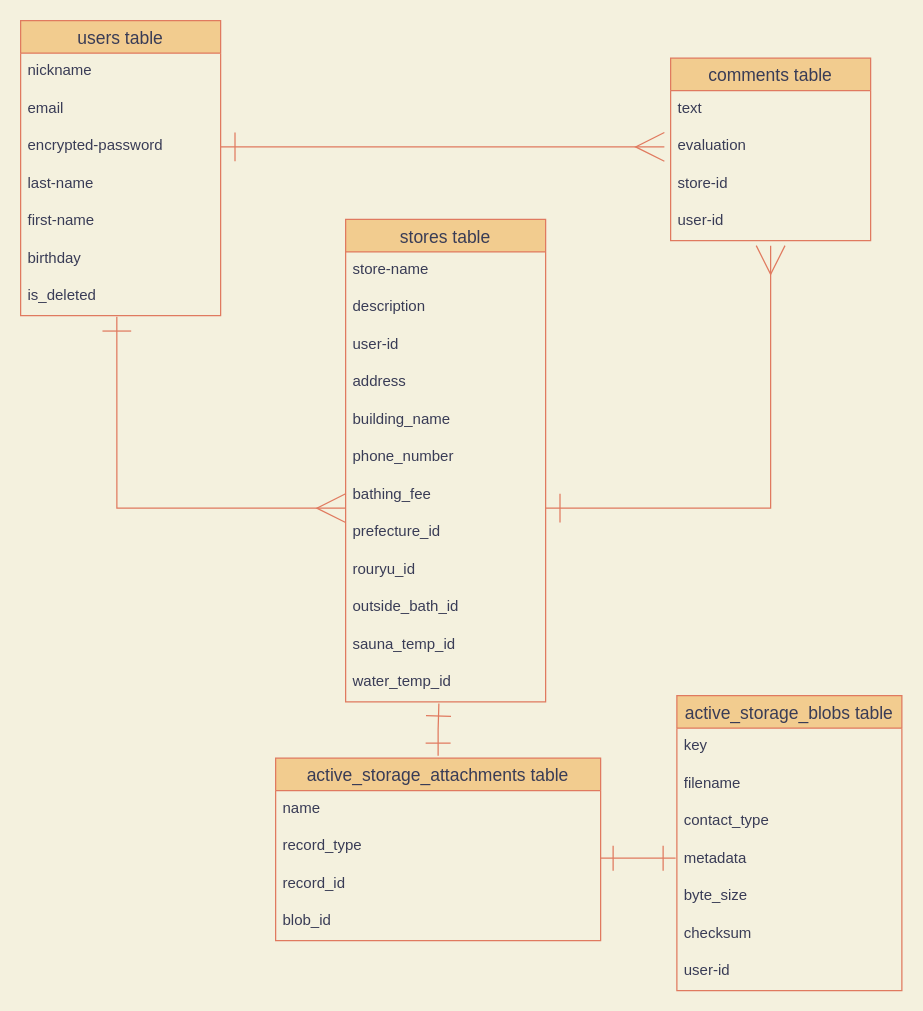
Earlier version of the draw.io diagram sauna.dio (ft529y/sauna-36416). Source tidied: cells renumbered, new cells numbered last; positions are measured from the earlier drawing's top-left corner, leaving out a move shared by most shapes. Both pictures are drawn from the tidied source at 125%, with x=0, y=0 at pixel (20, 20).
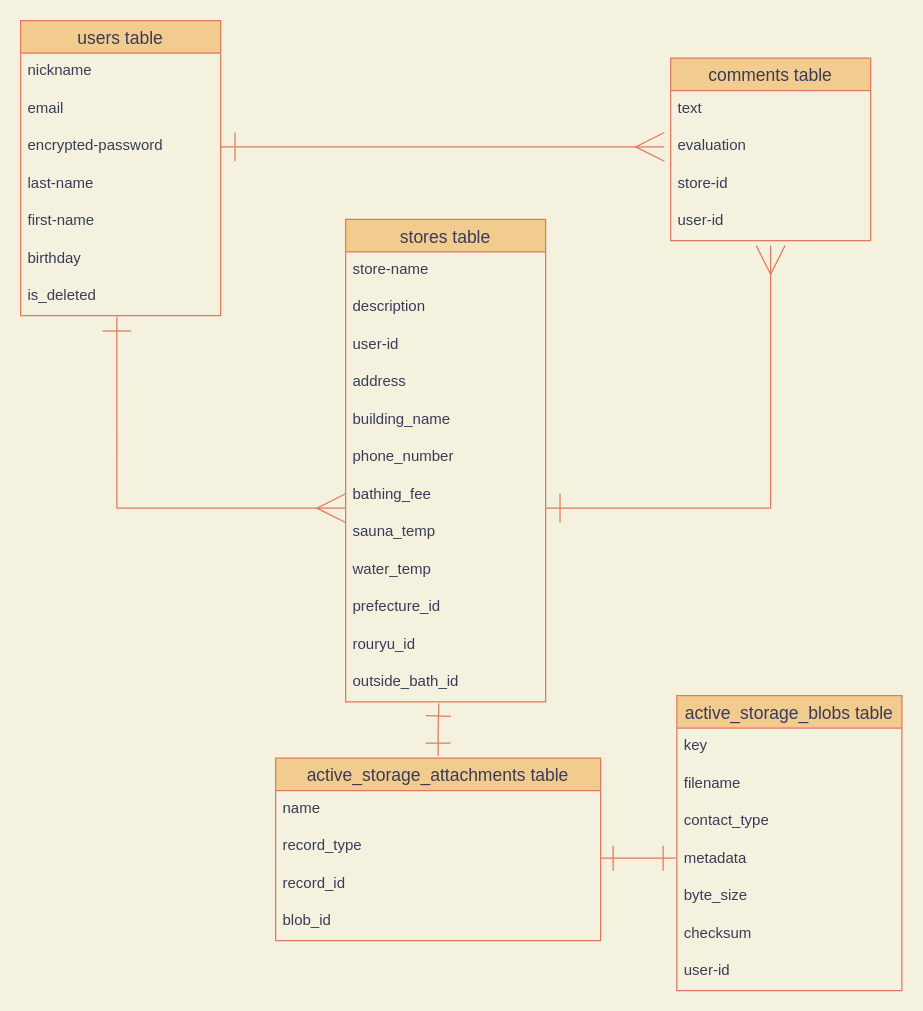
The same diagram, later.

Unchanged cells that the change refers to:
```xml
<mxCell id="15" value="stores table" style="swimlane;fontStyle=0;horizontal=1;startSize=26;align=center;fontSize=14;fillColor=#F2CC8F;strokeColor=#E07A5F;fontColor=#393C56;" parent="1" vertex="1">
  <mxGeometry x="260" y="159" width="160" height="386" as="geometry" />
</mxCell>
```

Change to the diagram source:
```diff
@@
-    <mxCell id="23" value="prefecture_id" style="text;strokeColor=none;fillColor=none;spacingLeft=4;spacingRight=4;overflow=hidden;fontSize=12;fontColor=#393C56;" parent="15" vertex="1">
+    <mxCell id="23" value="sauna_temp" style="text;strokeColor=none;fillColor=none;spacingLeft=4;spacingRight=4;overflow=hidden;fontSize=12;fontColor=#393C56;" parent="15" vertex="1">
       <mxGeometry y="236" width="160" height="30" as="geometry" />
     </mxCell>
-    <mxCell id="24" value="rouryu_id" style="text;strokeColor=none;fillColor=none;spacingLeft=4;spacingRight=4;overflow=hidden;fontSize=12;fontColor=#393C56;" parent="15" vertex="1">
+    <mxCell id="24" value="water_temp" style="text;strokeColor=none;fillColor=none;spacingLeft=4;spacingRight=4;overflow=hidden;fontSize=12;fontColor=#393C56;" parent="15" vertex="1">
       <mxGeometry y="266" width="160" height="30" as="geometry" />
     </mxCell>
-    <mxCell id="25" value="outside_bath_id" style="text;strokeColor=none;fillColor=none;spacingLeft=4;spacingRight=4;overflow=hidden;fontSize=12;fontColor=#393C56;" parent="15" vertex="1">
+    <mxCell id="25" value="prefecture_id" style="text;strokeColor=none;fillColor=none;spacingLeft=4;spacingRight=4;overflow=hidden;fontSize=12;fontColor=#393C56;" parent="15" vertex="1">
       <mxGeometry y="296" width="160" height="30" as="geometry" />
     </mxCell>
-    <mxCell id="26" value="sauna_temp_id" style="text;strokeColor=none;fillColor=none;spacingLeft=4;spacingRight=4;overflow=hidden;fontSize=12;fontColor=#393C56;" parent="15" vertex="1">
+    <mxCell id="26" value="rouryu_id" style="text;strokeColor=none;fillColor=none;spacingLeft=4;spacingRight=4;overflow=hidden;fontSize=12;fontColor=#393C56;" parent="15" vertex="1">
       <mxGeometry y="326" width="160" height="30" as="geometry" />
     </mxCell>
-    <mxCell id="27" value="water_temp_id" style="text;strokeColor=none;fillColor=none;spacingLeft=4;spacingRight=4;overflow=hidden;fontSize=12;fontColor=#393C56;" parent="15" vertex="1">
+    <mxCell id="27" value="outside_bath_id" style="text;strokeColor=none;fillColor=none;spacingLeft=4;spacingRight=4;overflow=hidden;fontSize=12;fontColor=#393C56;" parent="15" vertex="1">
       <mxGeometry y="356" width="160" height="30" as="geometry" />
     </mxCell>
```
